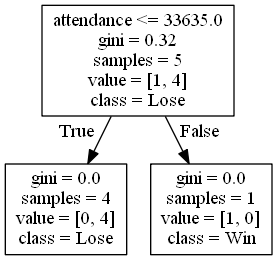
Above: DecisionTrees/Mountain Westdecision_tree_no_score0.png in alexana-steck/CSE482Project (Graphviz), before the change. Its source is kept beside it as DecisionTrees/Mountain Westdecision_tree_no_score0.dot. Its diagram source:
```dot
digraph Tree {
node [shape=box] ;
0 [label="attendance <= 33635.0\ngini = 0.32\nsamples = 5\nvalue = [1, 4]\nclass = Lose"] ;
1 [label="gini = 0.0\nsamples = 4\nvalue = [0, 4]\nclass = Lose"] ;
0 -> 1 [labeldistance=2.5, labelangle=45, headlabel="True"] ;
2 [label="gini = 0.0\nsamples = 1\nvalue = [1, 0]\nclass = Win"] ;
0 -> 2 [labeldistance=2.5, labelangle=-45, headlabel="False"] ;
}
```
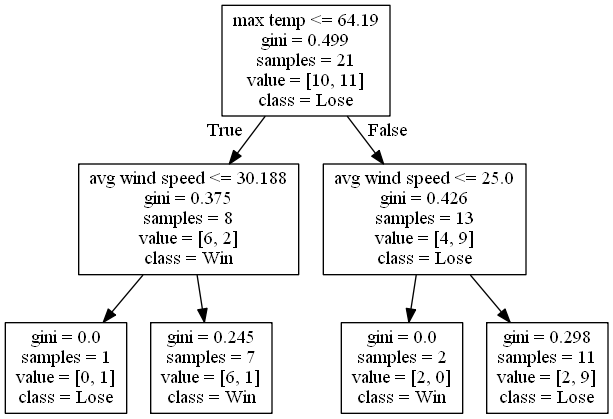
After the change.

The edit, as a diff of the source:
```diff
@@ -1,8 +1,16 @@
 digraph Tree {
 node [shape=box] ;
-0 [label="attendance <= 33635.0\ngini = 0.32\nsamples = 5\nvalue = [1, 4]\nclass = Lose"] ;
-1 [label="gini = 0.0\nsamples = 4\nvalue = [0, 4]\nclass = Lose"] ;
+0 [label="max temp <= 64.19\ngini = 0.499\nsamples = 21\nvalue = [10, 11]\nclass = Lose"] ;
+1 [label="avg wind speed <= 30.188\ngini = 0.375\nsamples = 8\nvalue = [6, 2]\nclass = Win"] ;
 0 -> 1 [labeldistance=2.5, labelangle=45, headlabel="True"] ;
-2 [label="gini = 0.0\nsamples = 1\nvalue = [1, 0]\nclass = Win"] ;
-0 -> 2 [labeldistance=2.5, labelangle=-45, headlabel="False"] ;
+2 [label="gini = 0.0\nsamples = 1\nvalue = [0, 1]\nclass = Lose"] ;
+1 -> 2 ;
+3 [label="gini = 0.245\nsamples = 7\nvalue = [6, 1]\nclass = Win"] ;
+1 -> 3 ;
+4 [label="avg wind speed <= 25.0\ngini = 0.426\nsamples = 13\nvalue = [4, 9]\nclass = Lose"] ;
+0 -> 4 [labeldistance=2.5, labelangle=-45, headlabel="False"] ;
+5 [label="gini = 0.0\nsamples = 2\nvalue = [2, 0]\nclass = Win"] ;
+4 -> 5 ;
+6 [label="gini = 0.298\nsamples = 11\nvalue = [2, 9]\nclass = Lose"] ;
+4 -> 6 ;
 }
```
